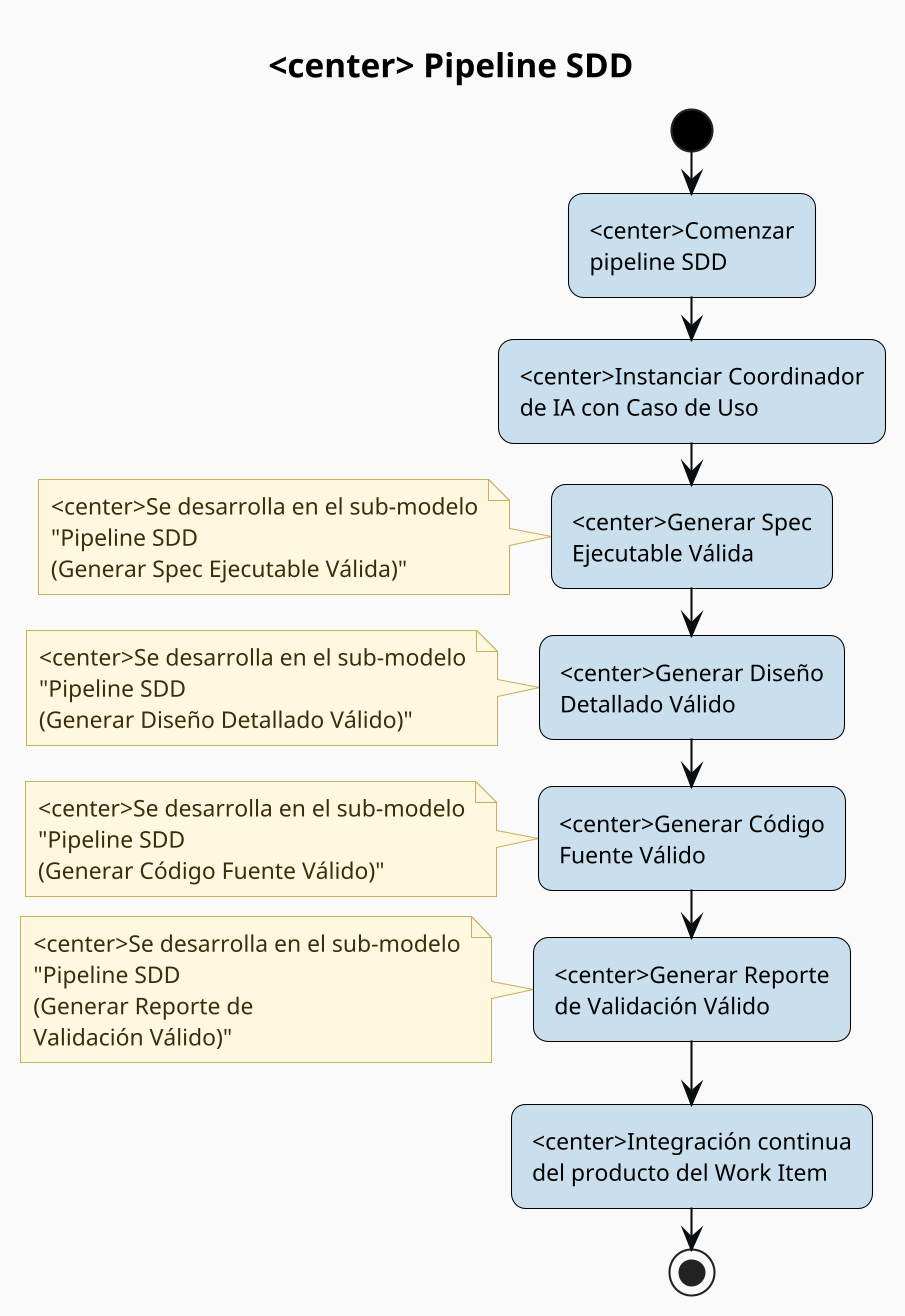
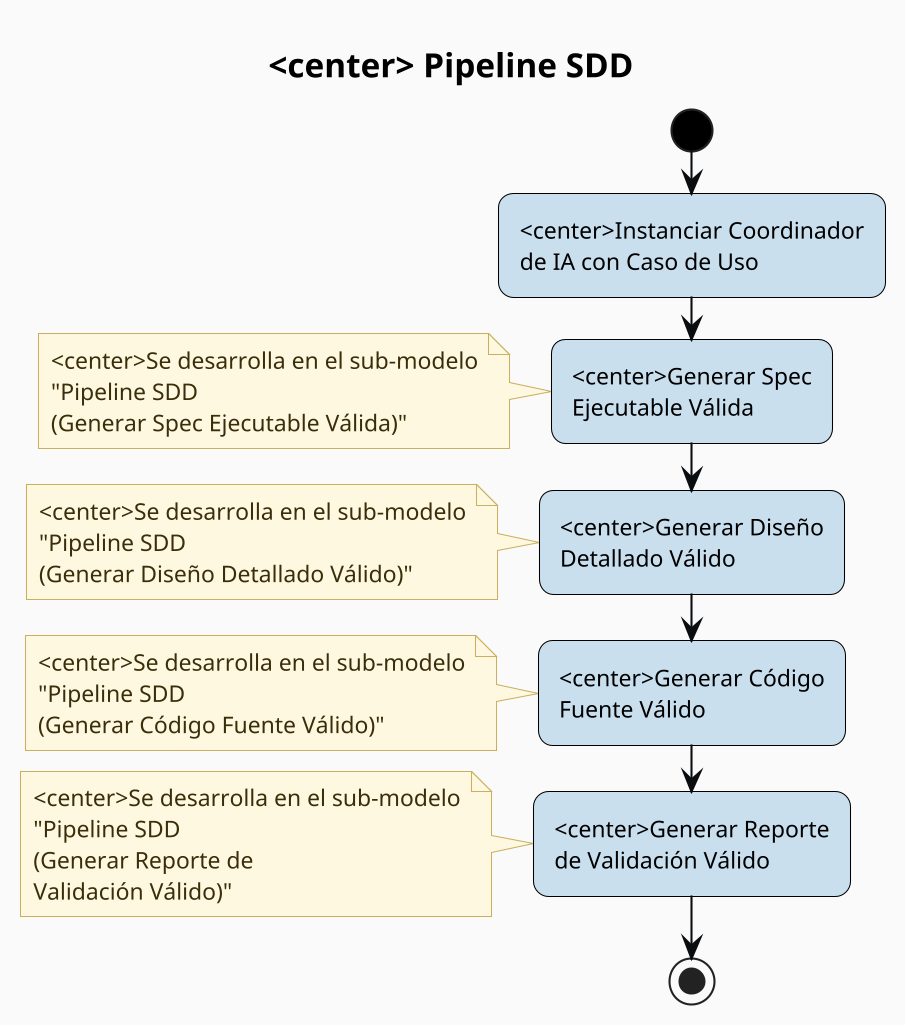
@startuml
skinparam dpi 200
title <center> Pipeline SDD

' === Modern soft theme ===
skinparam backgroundColor #FAFAFA
skinparam defaultFontName Helvetica
skinparam defaultFontSize 11
skinparam titleFontSize 16
skinparam titleFontStyle bold
skinparam shadowing false
skinparam roundCorner 14
skinparam linetype polyline

skinparam activity {
    BackgroundColor       #C9DFEE
    BorderColor           #000000
    FontColor             #000000
    FontName              Helvetica
    FontSize              11
    DiamondBackgroundColor #D9C2E3
    DiamondBorderColor    #000000
    DiamondFontColor      #000000
    StartColor            #000000
    EndColor              #000000
    BarColor              #000000
}

skinparam partition {
    BackgroundColor #FFFFFF
    BorderColor     #C9C9BE
    FontColor       #4A4A48
    FontStyle       bold
    FontSize        12
}

skinparam arrow {
    Color     #090D10
    FontColor #090D10
    FontSize  10
    Thickness 1
}

skinparam note {
    BackgroundColor #FFF8E1
    BorderColor     #C9B05E
    FontColor       #3A2E0A
}

start
- :<center>Comenzar\npipeline SDD;
:<center>Instanciar Coordinador\nde IA con Caso de Uso;
:<center>Generar Spec\nEjecutable Válida;
note left:<center>Se desarrolla en el sub-modelo\n"Pipeline SDD\n(Generar Spec Ejecutable Válida)"
:<center>Generar Diseño\nDetallado Válido;
note left:<center>Se desarrolla en el sub-modelo\n"Pipeline SDD\n(Generar Diseño Detallado Válido)"
:<center>Generar Código\nFuente Válido;
note left:<center>Se desarrolla en el sub-modelo\n"Pipeline SDD\n(Generar Código Fuente Válido)"
:<center>Generar Reporte\nde Validación Válido;
note left:<center>Se desarrolla en el sub-modelo\n"Pipeline SDD\n(Generar Reporte de\nValidación Válido)"
- :<center>Integración continua\ndel producto del Work Item;
stop
@enduml